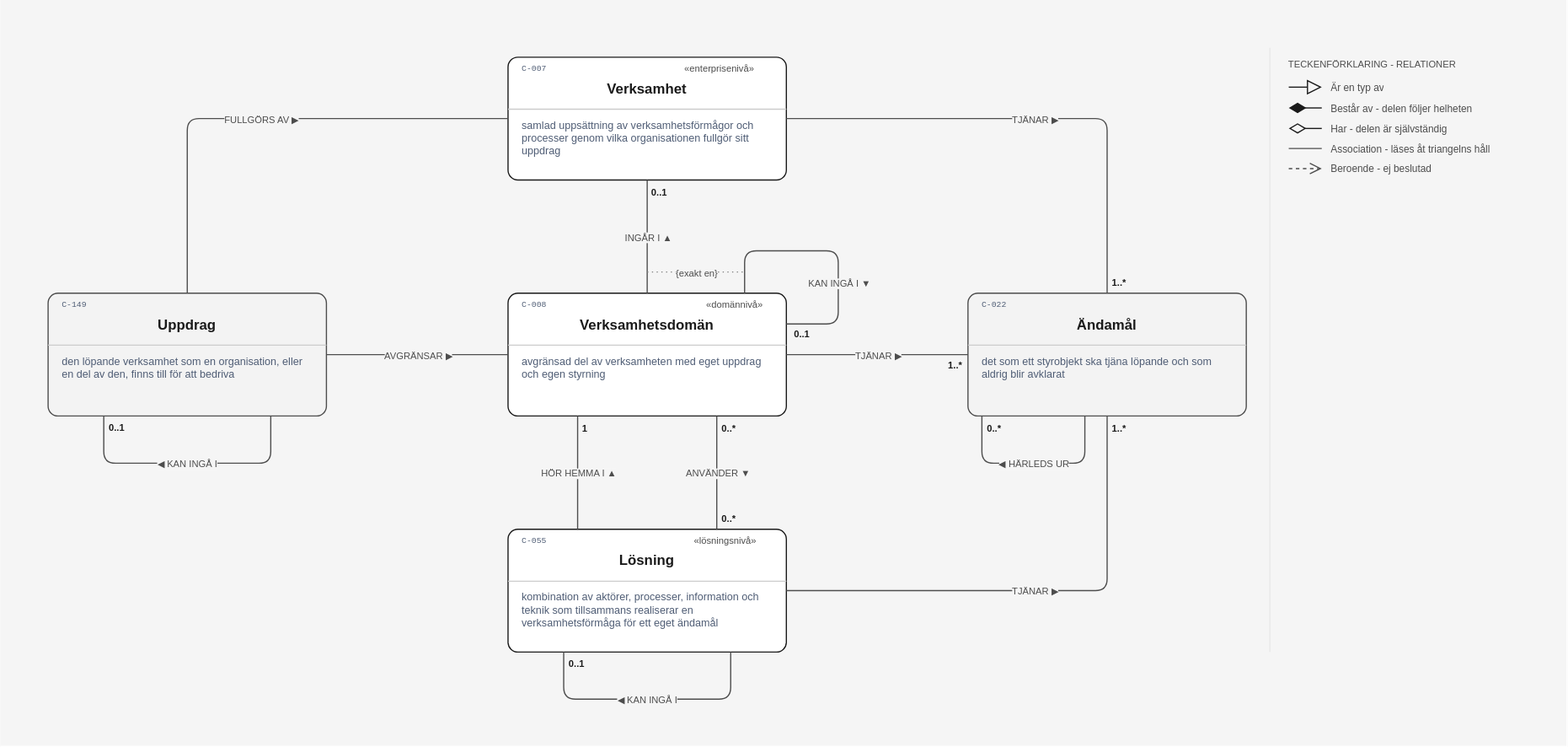
This is layout/Arkitekturnivå.drawio.svg from nickdin/gestaltadet-katalog, a draw.io export, as it was before one commit. Source tidied: cells renumbered, new cells last; positions are measured from the earlier drawing's top-left corner, leaving out a move shared by most shapes.
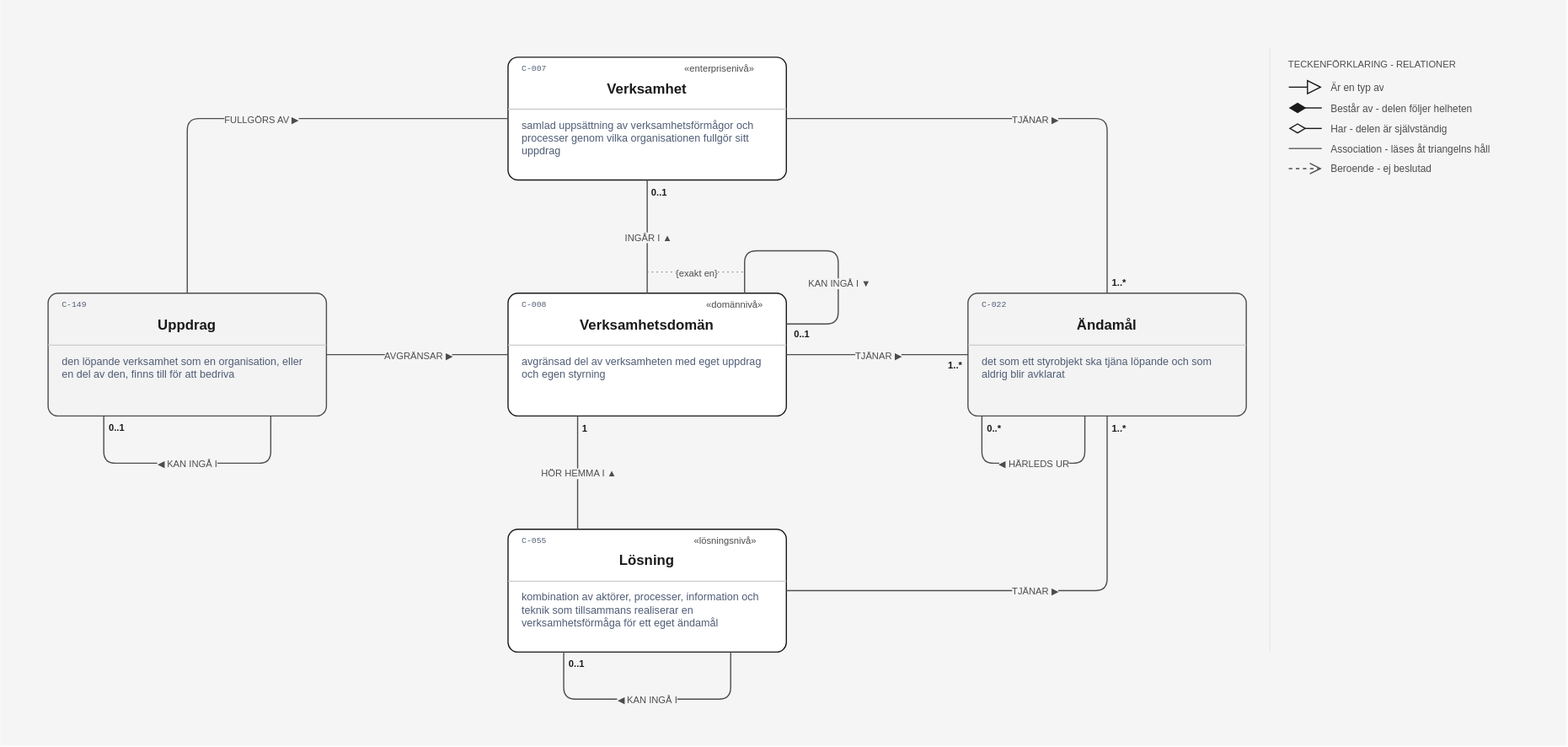
After the commit.

Commit message:
Verksamhetsdomän (C-008) använder ingen lösning: pilen använder bort ur Arkitekturnivå, anmärkningen i Lösning (C-055) säger att lösningar i andra domäner använder dess leveransprodukter (#91)

Mekanismen lagret har är leveransprodukten (C-174): en lösning använder en annan lösnings leveransprodukt, och de andra domänernas behov blir intern påverkan på lösningens ändamål. En domän använder ingen lösning. Meningen "flera domäner använder lösningen" var lös och är skärpt till det lagret säger. Ingen relation läggs till. Avgjort i grillningen av #90–#113 den 9 november 2026.

Claude-Session: https://claude.ai/code/session_014hgawNBSmezrcKX8vMpay7

What changed in the source:
```diff
@@ -285,22 +285,6 @@
         <mxPoint x="9.2" y="10" as="offset" />
       </mxGeometry>
     </mxCell>
-    <mxCell id="72" style="edgeStyle=orthogonalEdgeStyle;rounded=1;html=1;strokeColor=#4d4d4d;strokeWidth=1;endArrow=none;endSize=8;exitX=0.75;exitY=1;exitDx=0;exitDy=0;entryX=0.75;entryY=0;entryDx=0;entryDy=0;jumpStyle=line;" parent="1" edge="1" source="11" target="18">
-      <mxGeometry relative="1" as="geometry" />
-    </mxCell>
-    <mxCell id="73" value="ANVÄNDER ▼" style="edgeLabel;html=1;align=center;verticalAlign=middle;fontFamily=Helvetica;fontSize=8;fontColor=#4d4d4d;fontStyle=0;labelBackgroundColor=#f5f5f5;" parent="72" vertex="1">
-      <mxGeometry relative="1" as="geometry" />
-    </mxCell>
-    <mxCell id="74" value="0..*" style="edgeLabel;html=1;align=center;verticalAlign=middle;fontFamily=Helvetica;fontSize=8;fontColor=#1a1a1a;fontStyle=1;labelBackgroundColor=#f5f5f5;" parent="72" vertex="1">
-      <mxGeometry x="-1" relative="1" as="geometry">
-        <mxPoint x="9.2" y="10" as="offset" />
-      </mxGeometry>
-    </mxCell>
-    <mxCell id="75" value="0..*" style="edgeLabel;html=1;align=center;verticalAlign=middle;fontFamily=Helvetica;fontSize=8;fontColor=#1a1a1a;fontStyle=1;labelBackgroundColor=#f5f5f5;" parent="72" vertex="1">
-      <mxGeometry x="1" relative="1" as="geometry">
-        <mxPoint x="9.2" y="-10" as="offset" />
-      </mxGeometry>
-    </mxCell>
     <mxCell id="76" style="edgeStyle=orthogonalEdgeStyle;rounded=1;html=1;strokeColor=#4d4d4d;strokeWidth=1;endArrow=none;endSize=8;exitX=1;exitY=0.5;exitDx=0;exitDy=0;entryX=0.5;entryY=0;entryDx=0;entryDy=0;jumpStyle=line;" parent="1" edge="1" source="4" target="31">
       <mxGeometry relative="1" as="geometry">
         <Array as="points">
```
